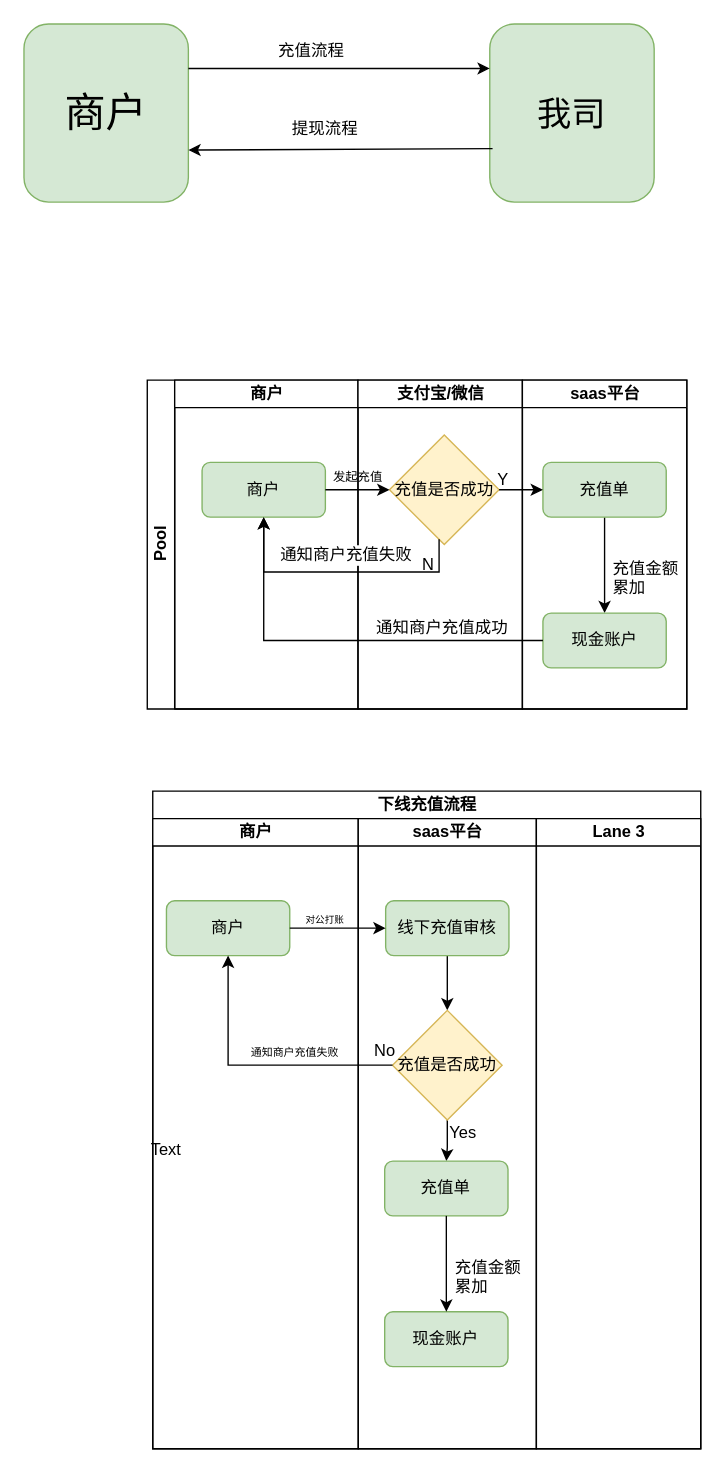
This is saas流程图.drawio from janzhou123/mysaas, a draw.io file, before an edit. Source tidied: cells renumbered, new cells numbered last; positions are measured from the earlier drawing's top-left corner, leaving out a move shared by most shapes. Both pictures are drawn from the tidied source at 137%, with x=0, y=0 at pixel (23, 23).
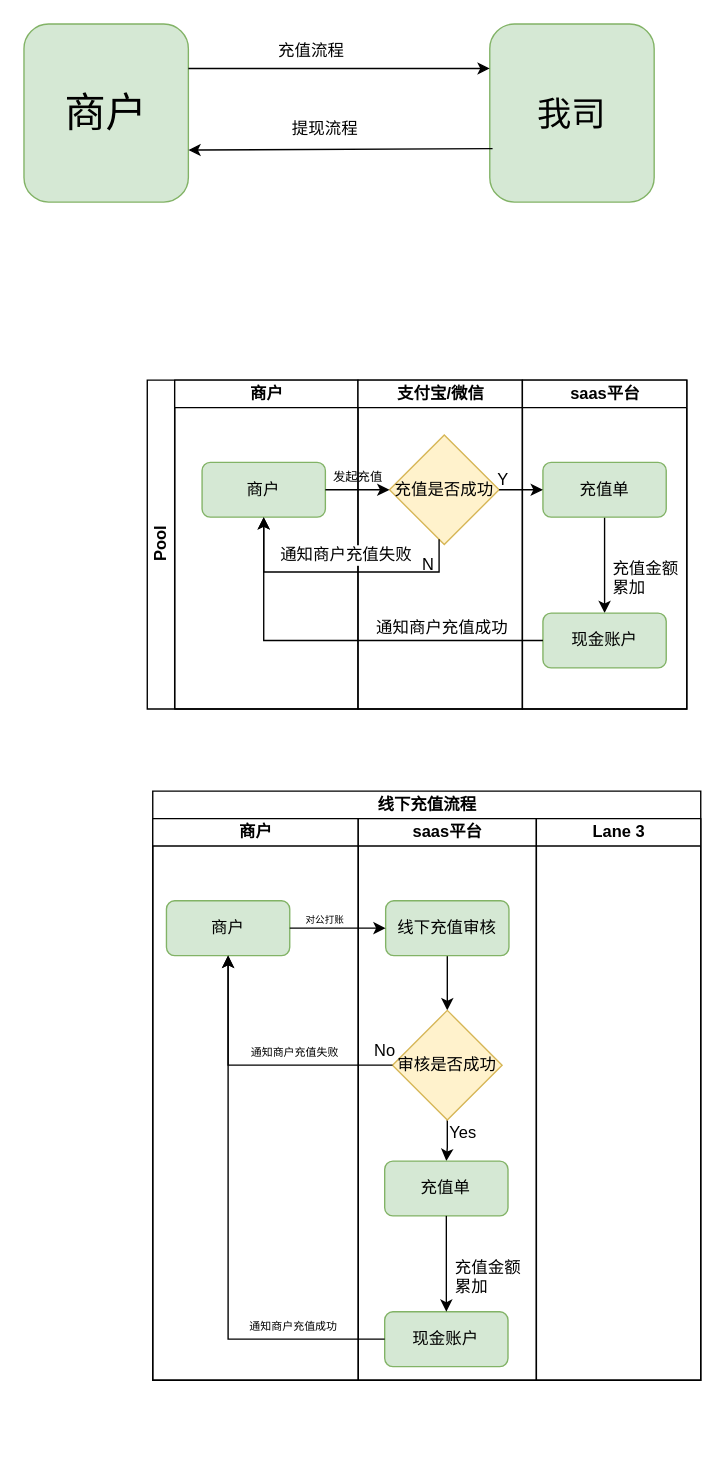
The same diagram, later.

Unchanged cells that the change refers to:
```xml
<mxCell id="29" value="商户" style="rounded=1;whiteSpace=wrap;html=1;fillColor=#d5e8d4;strokeColor=#82b366;" parent="28" vertex="1">
  <mxGeometry x="10" y="60" width="90" height="40" as="geometry" />
</mxCell>
<mxCell id="39" value="现金账户" style="rounded=1;whiteSpace=wrap;html=1;fillColor=#d5e8d4;strokeColor=#82b366;" parent="32" vertex="1">
  <mxGeometry x="19.3" y="360" width="90" height="40" as="geometry" />
</mxCell>
```

Change to the diagram source:
```diff
@@
-    <mxCell id="27" value="下线充值流程" style="swimlane;html=1;startSize=20;" parent="1" vertex="1">
-      <mxGeometry x="94" y="560" width="400" height="480" as="geometry" />
+    <mxCell id="27" value="线下充值流程" style="swimlane;html=1;startSize=20;" parent="1" vertex="1">
+      <mxGeometry x="94" y="560" width="400" height="430" as="geometry" />
     </mxCell>
     <mxCell id="28" value="商户" style="swimlane;html=1;startSize=20;" parent="27" vertex="1">
-      <mxGeometry y="20" width="150" height="460" as="geometry" />
+      <mxGeometry y="20" width="150" height="410" as="geometry" />
     </mxCell>
@@
+    <mxCell id="47" value="&lt;font style=&quot;font-size: 8px&quot;&gt;通知商户充值成功&lt;/font&gt;" style="text;html=1;align=left;verticalAlign=top;spacingTop=-4;" parent="28" vertex="1">
+      <mxGeometry x="68.5" y="360" width="80" height="20" as="geometry" />
+    </mxCell>
     <mxCell id="32" value="saas平台" style="swimlane;html=1;startSize=20;" parent="27" vertex="1">
-      <mxGeometry x="150" y="20" width="130" height="460" as="geometry" />
+      <mxGeometry x="150" y="20" width="130" height="410" as="geometry" />
     </mxCell>
@@
-    <mxCell id="36" value="充值是否成功" style="rhombus;whiteSpace=wrap;html=1;fillColor=#fff2cc;strokeColor=#d6b656;" parent="32" vertex="1">
+    <mxCell id="36" value="审核是否成功" style="rhombus;whiteSpace=wrap;html=1;fillColor=#fff2cc;strokeColor=#d6b656;" parent="32" vertex="1">
       <mxGeometry x="25" y="140" width="80" height="80" as="geometry" />
     </mxCell>
@@
     <mxCell id="42" value="Lane 3" style="swimlane;html=1;startSize=20;" parent="27" vertex="1">
-      <mxGeometry x="280" y="20" width="120" height="460" as="geometry" />
+      <mxGeometry x="280" y="20" width="120" height="410" as="geometry" />
     </mxCell>
@@
+    <mxCell id="48" style="edgeStyle=orthogonalEdgeStyle;rounded=0;jettySize=auto;html=1;entryX=0.5;entryY=1;entryDx=0;entryDy=0;" parent="27" edge="1" source="39" target="29">
+      <mxGeometry relative="1" as="geometry" />
+    </mxCell>
@@
-    <mxCell id="46" value="Text" style="text;html=1;align=left;verticalAlign=top;spacingTop=-4;" parent="1" vertex="1">
-      <mxGeometry x="91" y="812" width="40" height="20" as="geometry" />
-    </mxCell>
```
